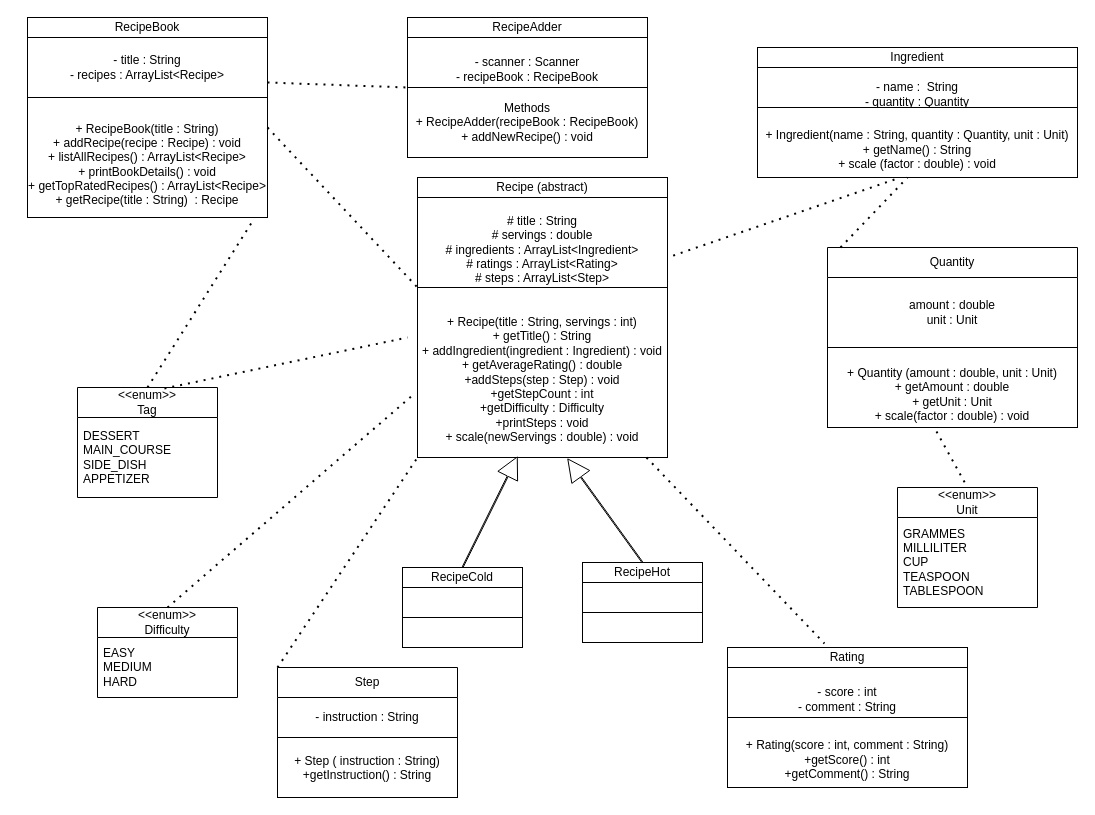
The draw.io diagram UML_LIA Part1.drawio in HTbuilderKid/Recipe_Book_Project, before the edit. Source tidied: cells renumbered, new cells numbered last; positions are measured from the earlier drawing's top-left corner, leaving out a move shared by most shapes. Both pictures are drawn from the tidied source at 100%, with x=0, y=0 at pixel (27, 17).
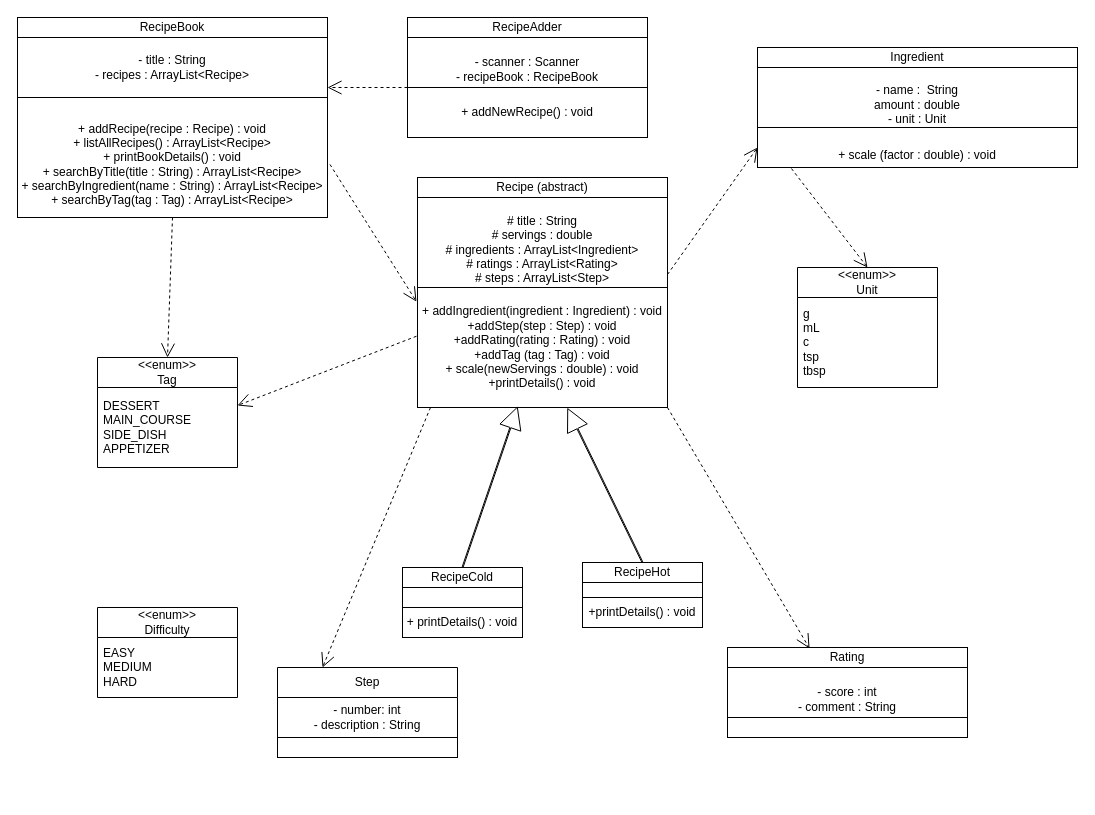
Above is the later version.

The change refers to these unchanged cells:
```xml
<mxCell id="6" value="&lt;br&gt;&lt;div&gt;# title : String&lt;/div&gt;&lt;div&gt;# servings : double&lt;/div&gt;&lt;div&gt;# ingredients : ArrayList&amp;lt;Ingredient&amp;gt;&lt;/div&gt;&lt;div&gt;# ratings : ArrayList&amp;lt;Rating&amp;gt;&lt;/div&gt;&lt;div&gt;# steps : ArrayList&amp;lt;Step&amp;gt;&lt;/div&gt;" style="rounded=0;whiteSpace=wrap;html=1;" parent="1" vertex="1">
  <mxGeometry x="390" y="180" width="250" height="90" as="geometry" />
</mxCell>
<mxCell id="11" value="Rating" style="rounded=0;whiteSpace=wrap;html=1;" parent="1" vertex="1">
  <mxGeometry x="700" y="630" width="240" height="20" as="geometry" />
</mxCell>
<mxCell id="15" value="&lt;br&gt;&lt;div&gt;- scanner : Scanner&lt;/div&gt;&lt;div&gt;- recipeBook : RecipeBook&lt;/div&gt;" style="rounded=0;whiteSpace=wrap;html=1;" parent="1" vertex="1">
  <mxGeometry x="380" y="20" width="240" height="50" as="geometry" />
</mxCell>
<mxCell id="26" value="DESSERT&lt;div&gt;MAIN_COURSE&lt;/div&gt;&lt;div&gt;SIDE_DISH&lt;/div&gt;&lt;div&gt;APPETIZER&lt;/div&gt;" style="text;strokeColor=none;fillColor=none;align=left;verticalAlign=middle;spacingLeft=4;spacingRight=4;overflow=hidden;points=[[0,0.5],[1,0.5]];portConstraint=eastwest;whiteSpace=wrap;html=1;" parent="25" vertex="1">
  <mxGeometry y="30" width="140" height="80" as="geometry" />
</mxCell>
<mxCell id="27" value="Step" style="swimlane;fontStyle=0;horizontal=1;startSize=30;whiteSpace=wrap;html=1;" parent="1" vertex="1">
  <mxGeometry x="250" y="650" width="180" height="70" as="geometry" />
</mxCell>
<mxCell id="29" value="&amp;lt;&amp;lt;enum&amp;gt;&amp;gt;&lt;div&gt;Difficulty&lt;/div&gt;" style="swimlane;fontStyle=0;horizontal=1;startSize=30;whiteSpace=wrap;html=1;" parent="1" vertex="1">
  <mxGeometry x="70" y="590" width="140" height="90" as="geometry" />
</mxCell>
```

Change to the diagram source:
```diff
@@
     <mxCell id="2" value="RecipeBook" style="rounded=0;whiteSpace=wrap;html=1;" parent="1" vertex="1">
-      <mxGeometry width="240" height="20" as="geometry" />
+      <mxGeometry x="-10" width="310" height="20" as="geometry" />
     </mxCell>
     <mxCell id="3" value="&lt;div&gt;- title : String&lt;/div&gt;&lt;div&gt;- recipes : ArrayList&amp;lt;Recipe&amp;gt;&lt;/div&gt;" style="rounded=0;whiteSpace=wrap;html=1;" parent="1" vertex="1">
-      <mxGeometry y="20" width="240" height="60" as="geometry" />
+      <mxGeometry x="-10" y="20" width="310" height="60" as="geometry" />
     </mxCell>
-    <mxCell id="4" value="&lt;br&gt;&lt;div&gt;+ RecipeBook(title : String)&lt;/div&gt;&lt;div&gt;+ addRecipe(recipe : Recipe) : void&lt;/div&gt;&lt;div&gt;+ listAllRecipes() : ArrayList&amp;lt;Recipe&amp;gt;&lt;/div&gt;&lt;div&gt;+ printBookDetails() : void&lt;/div&gt;&lt;div&gt;+ getTopRatedRecipes() : ArrayList&amp;lt;Recipe&amp;gt;&lt;/div&gt;&lt;div&gt;+ getRecipe(title : String)&amp;nbsp; : Recipe&lt;/div&gt;" style="rounded=0;whiteSpace=wrap;html=1;" parent="1" vertex="1">
-      <mxGeometry y="80" width="240" height="120" as="geometry" />
+    <mxCell id="4" value="&lt;div&gt;&lt;br&gt;&lt;/div&gt;&lt;div&gt;+ addRecipe(recipe : Recipe) : void&lt;/div&gt;&lt;div&gt;+ listAllRecipes() : ArrayList&amp;lt;Recipe&amp;gt;&lt;/div&gt;&lt;div&gt;+ printBookDetails() : void&lt;/div&gt;&lt;div&gt;+ searchByTitle(title : String) : ArrayList&amp;lt;Recipe&amp;gt;&lt;/div&gt;&lt;div&gt;+ searchByIngredient(name : String) : ArrayList&amp;lt;Recipe&amp;gt;&lt;/div&gt;&lt;div&gt;+ searchByTag(tag : Tag) : ArrayList&amp;lt;Recipe&amp;gt;&lt;/div&gt;" style="rounded=0;whiteSpace=wrap;html=1;" parent="1" vertex="1">
+      <mxGeometry x="-10" y="80" width="310" height="120" as="geometry" />
     </mxCell>
@@
-    <mxCell id="7" value="&lt;div&gt;&lt;br&gt;&lt;/div&gt;&lt;br&gt;&lt;div&gt;+ Recipe(title : String, servings : int)&lt;/div&gt;&lt;div&gt;+ getTitle() : String&lt;/div&gt;&lt;div&gt;+ addIngredient(ingredient : Ingredient) : void&lt;/div&gt;&lt;div&gt;+ getAverageRating() : double&lt;/div&gt;&lt;div&gt;+addSteps(step : Step) : void&lt;/div&gt;&lt;div&gt;+getStepCount : int&lt;/div&gt;&lt;div&gt;+getDifficulty : Difficulty&lt;/div&gt;&lt;div&gt;+printSteps : void&lt;/div&gt;&lt;div&gt;+ scale(newServings : double) : void&lt;/div&gt;&lt;div&gt;&lt;br&gt;&lt;/div&gt;" style="rounded=0;whiteSpace=wrap;html=1;" parent="1" vertex="1">
-      <mxGeometry x="390" y="270" width="250" height="170" as="geometry" />
+    <mxCell id="7" value="&lt;div&gt;&lt;br&gt;&lt;/div&gt;&lt;div&gt;+ addIngredient(ingredient : Ingredient) : void&lt;/div&gt;&lt;div&gt;+addStep(step : Step) : void&lt;/div&gt;&lt;div&gt;+addRating(rating : Rating) : void&lt;/div&gt;&lt;div&gt;+addTag (tag : Tag) : void&lt;/div&gt;&lt;div&gt;+ scale(newServings : double) : void&lt;/div&gt;&lt;div&gt;+printDetails() : void&lt;/div&gt;&lt;div&gt;&lt;br&gt;&lt;/div&gt;" style="rounded=0;whiteSpace=wrap;html=1;" parent="1" vertex="1">
+      <mxGeometry x="390" y="270" width="250" height="120" as="geometry" />
     </mxCell>
@@
-    <mxCell id="9" value="&lt;br&gt;&lt;div&gt;- name :&amp;nbsp; String&lt;/div&gt;&lt;div&gt;- quantity : Quantity&lt;/div&gt;" style="rounded=0;whiteSpace=wrap;html=1;" parent="1" vertex="1">
-      <mxGeometry x="730" y="50" width="320" height="40" as="geometry" />
+    <mxCell id="9" value="&lt;br&gt;&lt;div&gt;- name :&amp;nbsp; String&lt;/div&gt;&lt;div&gt;amount : double&lt;/div&gt;&lt;div&gt;- unit : Unit&lt;/div&gt;" style="rounded=0;whiteSpace=wrap;html=1;" parent="1" vertex="1">
+      <mxGeometry x="730" y="50" width="320" height="60" as="geometry" />
     </mxCell>
-    <mxCell id="10" value="&lt;div&gt;&lt;br&gt;&lt;/div&gt;+ Ingredient(name : String, quantity : Quantity, unit : Unit)&lt;div&gt;+ getName() : String&lt;/div&gt;&lt;div&gt;+ scale (factor : double) : void&lt;/div&gt;" style="rounded=0;whiteSpace=wrap;html=1;" parent="1" vertex="1">
-      <mxGeometry x="730" y="90" width="320" height="70" as="geometry" />
+    <mxCell id="10" value="&lt;div&gt;&lt;br&gt;&lt;/div&gt;&lt;div&gt;+ scale (factor : double) : void&lt;/div&gt;" style="rounded=0;whiteSpace=wrap;html=1;" parent="1" vertex="1">
+      <mxGeometry x="730" y="110" width="320" height="40" as="geometry" />
     </mxCell>
@@
-    <mxCell id="13" value="&lt;br&gt;&lt;div&gt;+ Rating(score : int, comment : String)&lt;/div&gt;&lt;div&gt;+getScore() : int&lt;/div&gt;&lt;div&gt;+getComment() : String&lt;/div&gt;" style="rounded=0;whiteSpace=wrap;html=1;" parent="1" vertex="1">
-      <mxGeometry x="700" y="700" width="240" height="70" as="geometry" />
+    <mxCell id="13" style="rounded=0;whiteSpace=wrap;html=1;" parent="1" vertex="1">
+      <mxGeometry x="700" y="700" width="240" height="20" as="geometry" />
     </mxCell>
@@
-    <mxCell id="16" value="Methods&lt;div&gt;+ RecipeAdder(recipeBook : RecipeBook)&lt;/div&gt;&lt;div&gt;+ addNewRecipe() : void&lt;/div&gt;" style="rounded=0;whiteSpace=wrap;html=1;" parent="1" vertex="1">
-      <mxGeometry x="380" y="70" width="240" height="70" as="geometry" />
+    <mxCell id="16" value="&lt;div&gt;+ addNewRecipe() : void&lt;/div&gt;" style="rounded=0;whiteSpace=wrap;html=1;" parent="1" vertex="1">
+      <mxGeometry x="380" y="70" width="240" height="50" as="geometry" />
     </mxCell>
@@
-    <mxCell id="19" style="rounded=0;whiteSpace=wrap;html=1;" parent="1" vertex="1">
-      <mxGeometry x="375" y="600" width="120" height="30" as="geometry" />
+    <mxCell id="19" value="+ printDetails() : void" style="rounded=0;whiteSpace=wrap;html=1;" parent="1" vertex="1">
+      <mxGeometry x="375" y="590" width="120" height="30" as="geometry" />
     </mxCell>
@@
     <mxCell id="21" style="rounded=0;whiteSpace=wrap;html=1;" parent="1" vertex="1">
-      <mxGeometry x="555" y="565" width="120" height="30" as="geometry" />
+      <mxGeometry x="555" y="565" width="120" height="15" as="geometry" />
     </mxCell>
-    <mxCell id="22" style="rounded=0;whiteSpace=wrap;html=1;" parent="1" vertex="1">
-      <mxGeometry x="555" y="595" width="120" height="30" as="geometry" />
+    <mxCell id="22" value="+printDetails() : void" style="rounded=0;whiteSpace=wrap;html=1;" parent="1" vertex="1">
+      <mxGeometry x="555" y="580" width="120" height="30" as="geometry" />
     </mxCell>
     <mxCell id="23" value="&amp;lt;&amp;lt;enum&amp;gt;&amp;gt;&lt;div&gt;Unit&lt;/div&gt;" style="swimlane;fontStyle=0;horizontal=1;startSize=30;whiteSpace=wrap;html=1;" parent="1" vertex="1">
-      <mxGeometry x="870" y="470" width="140" height="120" as="geometry" />
+      <mxGeometry x="770" y="250" width="140" height="120" as="geometry" />
     </mxCell>
-    <mxCell id="24" value="GRAMMES&lt;div&gt;MILLILITER&lt;/div&gt;&lt;div&gt;CUP&lt;/div&gt;&lt;div&gt;TEASPOON&lt;/div&gt;&lt;div&gt;TABLESPOON&lt;/div&gt;" style="text;strokeColor=none;fillColor=none;align=left;verticalAlign=middle;spacingLeft=4;spacingRight=4;overflow=hidden;whiteSpace=wrap;html=1;" parent="23" vertex="1">
+    <mxCell id="24" value="g&lt;br&gt;&lt;div&gt;mL&lt;/div&gt;&lt;div&gt;c&lt;/div&gt;&lt;div&gt;tsp&lt;/div&gt;&lt;div&gt;tbsp&lt;/div&gt;" style="text;strokeColor=none;fillColor=none;align=left;verticalAlign=middle;spacingLeft=4;spacingRight=4;overflow=hidden;whiteSpace=wrap;html=1;" parent="23" vertex="1">
       <mxGeometry y="30" width="140" height="90" as="geometry" />
     </mxCell>
     <mxCell id="25" value="&amp;lt;&amp;lt;enum&amp;gt;&amp;gt;&lt;div&gt;Tag&lt;/div&gt;" style="swimlane;fontStyle=0;horizontal=1;startSize=30;whiteSpace=wrap;html=1;" parent="1" vertex="1">
-      <mxGeometry x="50" y="370" width="140" height="110" as="geometry" />
+      <mxGeometry x="70" y="340" width="140" height="110" as="geometry" />
     </mxCell>
@@
-    <mxCell id="28" value="&lt;div&gt;- instruction : String&lt;/div&gt;" style="text;strokeColor=none;fillColor=none;align=center;verticalAlign=middle;spacingLeft=4;spacingRight=4;overflow=hidden;whiteSpace=wrap;html=1;" parent="27" vertex="1">
+    <mxCell id="28" value="&lt;div&gt;- number: int&lt;/div&gt;&lt;div&gt;- description : String&lt;/div&gt;" style="text;strokeColor=none;fillColor=none;align=center;verticalAlign=middle;spacingLeft=4;spacingRight=4;overflow=hidden;whiteSpace=wrap;html=1;" parent="27" vertex="1">
       <mxGeometry y="30" width="180" height="40" as="geometry" />
     </mxCell>
@@
-    <mxCell id="31" value="Quantity" style="swimlane;fontStyle=0;horizontal=1;startSize=30;whiteSpace=wrap;html=1;" parent="1" vertex="1">
-      <mxGeometry x="800" y="230" width="250" height="100" as="geometry" />
-    </mxCell>
-    <mxCell id="32" value="&lt;div&gt;amount : double&lt;/div&gt;&lt;div&gt;unit : Unit&lt;/div&gt;" style="text;strokeColor=none;fillColor=none;align=center;verticalAlign=middle;spacingLeft=4;spacingRight=4;overflow=hidden;whiteSpace=wrap;html=1;" parent="31" vertex="1">
-      <mxGeometry y="30" width="250" height="70" as="geometry" />
-    </mxCell>
-    <mxCell id="33" value="&lt;br&gt;&lt;div&gt;+ Quantity (amount : double, unit : Unit)&lt;/div&gt;&lt;div&gt;+ getAmount : double&lt;/div&gt;&lt;div&gt;+ getUnit : Unit&lt;/div&gt;&lt;div&gt;+ scale(factor : double) : void&lt;/div&gt;" style="text;strokeColor=default;fillColor=none;align=center;verticalAlign=middle;spacingLeft=4;spacingRight=4;overflow=hidden;points=[[0,0.5],[1,0.5]];portConstraint=eastwest;whiteSpace=wrap;html=1;" parent="1" vertex="1">
-      <mxGeometry x="800" y="330" width="250" height="80" as="geometry" />
-    </mxCell>
-    <mxCell id="34" value="&lt;br&gt;&lt;div&gt;+ Step ( instruction : String)&lt;/div&gt;&lt;div&gt;+getInstruction() : String&lt;/div&gt;&lt;div&gt;&lt;br&gt;&lt;/div&gt;&lt;div&gt;&lt;br&gt;&lt;/div&gt;" style="text;strokeColor=default;fillColor=none;align=center;verticalAlign=middle;spacingLeft=4;spacingRight=4;overflow=hidden;whiteSpace=wrap;html=1;" parent="1" vertex="1">
-      <mxGeometry x="250" y="720" width="180" height="60" as="geometry" />
+    <mxCell id="34" value="&lt;div&gt;&lt;br&gt;&lt;/div&gt;" style="text;strokeColor=default;fillColor=none;align=center;verticalAlign=middle;spacingLeft=4;spacingRight=4;overflow=hidden;whiteSpace=wrap;html=1;" parent="1" vertex="1">
+      <mxGeometry x="250" y="720" width="180" height="20" as="geometry" />
     </mxCell>
@@
+    <mxCell id="47" style="endArrow=open;endSize=12;dashed=1;html=1;rounded=0;exitX=0.5;exitY=1;exitDx=0;exitDy=0;entryX=0.5;entryY=0;entryDx=0;entryDy=0;" parent="1" edge="1" source="4" target="25">
+      <mxGeometry relative="1" as="geometry" />
+    </mxCell>
+    <mxCell id="48" style="endArrow=open;endSize=12;dashed=1;html=1;rounded=0;entryX=1;entryY=0.225;entryDx=0;entryDy=0;entryPerimeter=0;exitX=-0.004;exitY=0.406;exitDx=0;exitDy=0;exitPerimeter=0;" parent="1" edge="1" source="7" target="26">
+      <mxGeometry relative="1" as="geometry" />
+    </mxCell>
+    <mxCell id="49" style="endArrow=open;endSize=12;dashed=1;html=1;rounded=0;entryX=0.25;entryY=0;entryDx=0;entryDy=0;exitX=0.052;exitY=1;exitDx=0;exitDy=0;exitPerimeter=0;" parent="1" edge="1" source="7" target="27">
+      <mxGeometry relative="1" as="geometry" />
+    </mxCell>
+    <mxCell id="46" style="endArrow=open;endSize=12;dashed=1;html=1;rounded=0;entryX=0.342;entryY=0.05;entryDx=0;entryDy=0;entryPerimeter=0;exitX=1;exitY=1;exitDx=0;exitDy=0;" parent="1" edge="1" source="7" target="11">
+      <mxGeometry relative="1" as="geometry" />
+    </mxCell>
+    <mxCell id="50" style="endArrow=open;endSize=12;dashed=1;html=1;rounded=0;exitX=0.106;exitY=1.025;exitDx=0;exitDy=0;exitPerimeter=0;entryX=0.5;entryY=0;entryDx=0;entryDy=0;" parent="1" edge="1" source="10" target="23">
+      <mxGeometry relative="1" as="geometry" />
+    </mxCell>
+    <mxCell id="51" style="endArrow=open;endSize=12;dashed=1;html=1;rounded=0;exitX=0;exitY=0;exitDx=0;exitDy=0;" parent="1" edge="1" source="16">
+      <mxGeometry relative="1" as="geometry">
+        <mxPoint x="300" y="70" as="targetPoint" />
+      </mxGeometry>
+    </mxCell>
-    <mxCell id="37" style="endArrow=none;dashed=1;html=1;dashPattern=1 3;strokeWidth=2;rounded=0;exitX=1;exitY=0.25;exitDx=0;exitDy=0;entryX=0;entryY=0;entryDx=0;entryDy=0;" parent="1" edge="1" source="4" target="7">
+    <mxCell id="37" style="endArrow=open;endSize=12;dashed=1;html=1;rounded=0;exitX=1.008;exitY=0.558;exitDx=0;exitDy=0;exitPerimeter=0;entryX=-0.004;entryY=0.118;entryDx=0;entryDy=0;entryPerimeter=0;" parent="1" edge="1" source="4" target="7">
       <mxGeometry relative="1" as="geometry" />
     </mxCell>
-    <mxCell id="38" style="endArrow=none;dashed=1;html=1;dashPattern=1 3;strokeWidth=2;rounded=0;exitX=0.428;exitY=1.029;exitDx=0;exitDy=0;entryX=1;entryY=0.667;entryDx=0;entryDy=0;entryPerimeter=0;exitPerimeter=0;" parent="1" edge="1" source="10" target="6">
-      <mxGeometry relative="1" as="geometry" />
-    </mxCell>
-    <mxCell id="39" style="endArrow=none;dashed=1;html=1;dashPattern=1 3;strokeWidth=2;rounded=0;entryX=0;entryY=1;entryDx=0;entryDy=0;exitX=0;exitY=0;exitDx=0;exitDy=0;" parent="1" edge="1" source="27" target="7">
-      <mxGeometry relative="1" as="geometry" />
-    </mxCell>
-    <mxCell id="40" style="endArrow=none;dashed=1;html=1;dashPattern=1 3;strokeWidth=2;rounded=0;exitX=1;exitY=0.75;exitDx=0;exitDy=0;entryX=0;entryY=1;entryDx=0;entryDy=0;" parent="1" edge="1" source="3" target="15">
-      <mxGeometry relative="1" as="geometry" />
-    </mxCell>
-    <mxCell id="41" style="endArrow=none;dashed=1;html=1;dashPattern=1 3;strokeWidth=2;rounded=0;exitX=0.052;exitY=0;exitDx=0;exitDy=0;exitPerimeter=0;" parent="1" edge="1" source="31">
-      <mxGeometry relative="1" as="geometry">
-        <mxPoint x="880" y="160" as="targetPoint" />
-      </mxGeometry>
-    </mxCell>
-    <mxCell id="42" style="endArrow=none;dashed=1;html=1;dashPattern=1 3;strokeWidth=2;rounded=0;exitX=0.436;exitY=1.05;exitDx=0;exitDy=0;exitPerimeter=0;entryX=0.5;entryY=0;entryDx=0;entryDy=0;" parent="1" edge="1" source="33" target="23">
-      <mxGeometry relative="1" as="geometry" />
-    </mxCell>
-    <mxCell id="43" style="endArrow=none;dashed=1;html=1;dashPattern=1 3;strokeWidth=2;rounded=0;exitX=0.5;exitY=0;exitDx=0;exitDy=0;entryX=-0.012;entryY=0.624;entryDx=0;entryDy=0;entryPerimeter=0;" parent="1" edge="1" source="29" target="7">
-      <mxGeometry relative="1" as="geometry" />
-    </mxCell>
-    <mxCell id="44" style="endArrow=none;dashed=1;html=1;dashPattern=1 3;strokeWidth=2;rounded=0;exitX=0.621;exitY=0.009;exitDx=0;exitDy=0;exitPerimeter=0;" parent="1" edge="1" source="25">
-      <mxGeometry relative="1" as="geometry">
-        <mxPoint x="380" y="320" as="targetPoint" />
-      </mxGeometry>
-    </mxCell>
-    <mxCell id="45" style="endArrow=none;dashed=1;html=1;dashPattern=1 3;strokeWidth=2;rounded=0;entryX=0.942;entryY=1.017;entryDx=0;entryDy=0;entryPerimeter=0;" parent="1" edge="1" target="4">
-      <mxGeometry relative="1" as="geometry">
-        <mxPoint x="120" y="370" as="sourcePoint" />
-      </mxGeometry>
-    </mxCell>
-    <mxCell id="46" style="endArrow=none;dashed=1;html=1;dashPattern=1 3;strokeWidth=2;rounded=0;entryX=0.404;entryY=-0.2;entryDx=0;entryDy=0;entryPerimeter=0;exitX=0.916;exitY=1;exitDx=0;exitDy=0;exitPerimeter=0;" parent="1" edge="1" source="7" target="11">
-      <mxGeometry relative="1" as="geometry" />
-    </mxCell>
+    <mxCell id="52" style="endArrow=open;endSize=12;dashed=1;html=1;rounded=0;exitX=1.021;exitY=0.125;exitDx=0;exitDy=0;exitPerimeter=0;entryX=0;entryY=0.5;entryDx=0;entryDy=0;" parent="1" edge="1" target="10">
+      <mxGeometry relative="1" as="geometry">
+        <mxPoint x="640" y="257" as="sourcePoint" />
+      </mxGeometry>
+    </mxCell>
```
